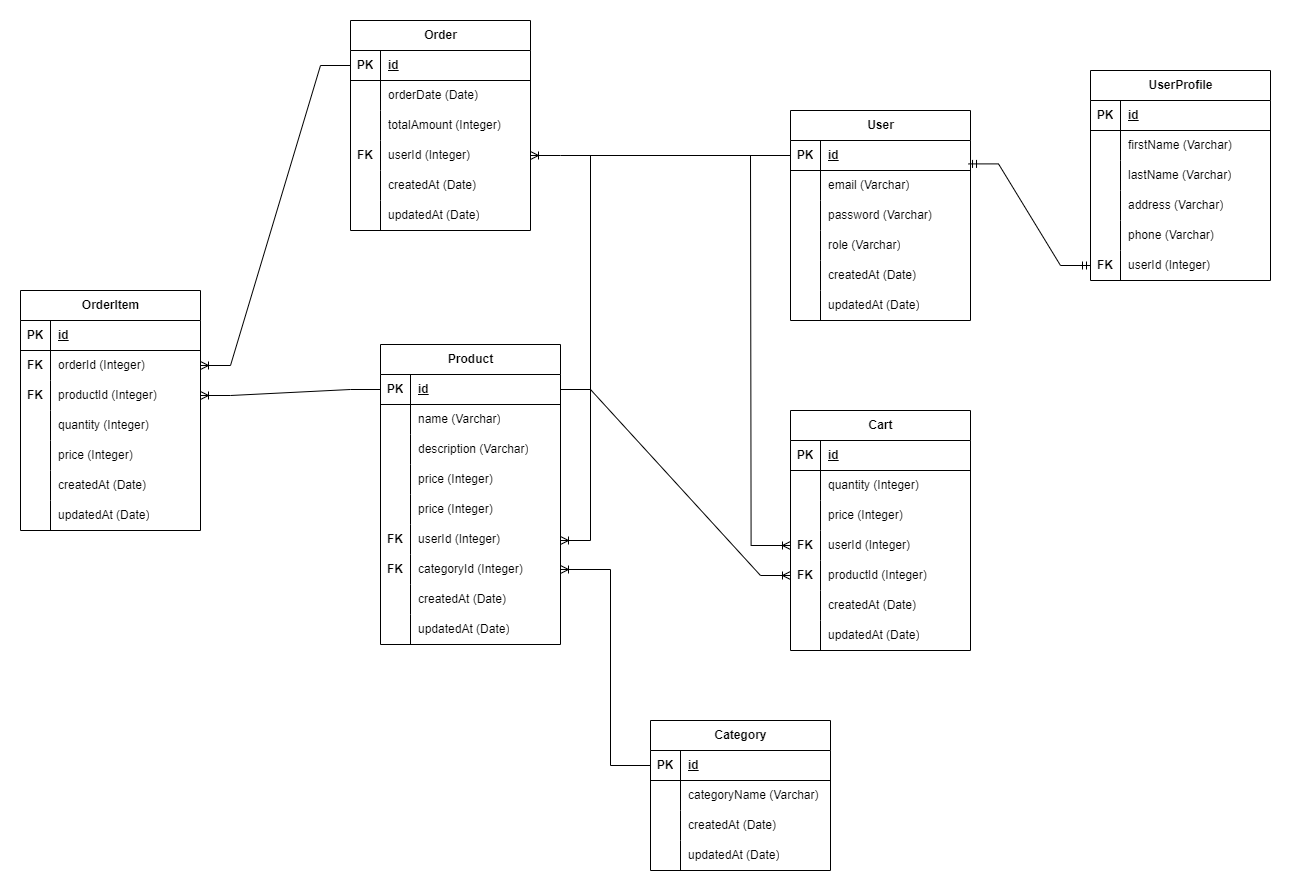
JoshuaWidastra/bakeryProject keeps this draw.io diagram as BackeryDB.drawio.png. Above is the earlier version. Source tidied: cells renumbered, new cells last; positions are measured from the earlier drawing's top-left corner, leaving out a move shared by most shapes.
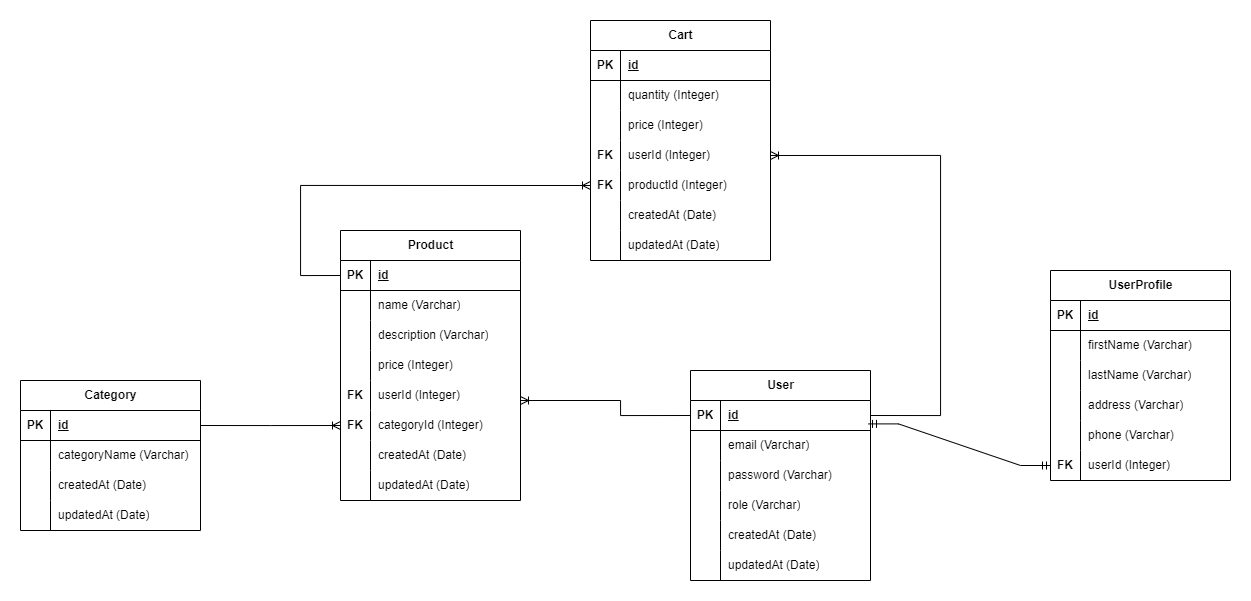
Above is the later version.

The edit, as a diff of the source:
```diff
@@ -5,3 +5,3 @@
     <mxCell id="2" value="User" style="shape=table;startSize=30;rowLines=0;fontStyle=1;align=center;html=1;" parent="1" vertex="1">
-      <mxGeometry x="770" y="90" width="180" height="210" as="geometry" />
+      <mxGeometry x="680" y="260" width="180" height="210" as="geometry" />
     </mxCell>
@@ -62,3 +62,3 @@
     <mxCell id="21" value="UserProfile" style="shape=table;startSize=30;rowLines=0;fontStyle=1;align=center;html=1;" parent="1" vertex="1">
-      <mxGeometry x="1070" y="50" width="180" height="210" as="geometry" />
+      <mxGeometry x="1040" y="160" width="180" height="210" as="geometry" />
     </mxCell>
@@ -119,3 +119,3 @@
     <mxCell id="40" value="Product" style="shape=table;startSize=30;rowLines=0;fontStyle=1;align=center;html=1;" parent="1" vertex="1">
-      <mxGeometry x="360" y="324" width="180" height="300" as="geometry" />
+      <mxGeometry x="330" y="120" width="180" height="270" as="geometry" />
     </mxCell>
@@ -157,13 +157,4 @@
     </mxCell>
-    <mxCell id="53" style="shape=tableRow;horizontal=0;startSize=0;swimlaneHead=0;swimlaneBody=0;fillColor=none;top=0;left=0;right=0;bottom=0;" parent="40" vertex="1">
-      <mxGeometry y="150" width="180" height="30" as="geometry" />
-    </mxCell>
-    <mxCell id="54" style="shape=partialRectangle;fillColor=none;top=0;left=0;bottom=0;right=0;overflow=hidden;whiteSpace=wrap;html=1;" parent="53" vertex="1">
-      <mxGeometry width="30" height="30" as="geometry" />
-    </mxCell>
-    <mxCell id="55" value="price (Integer)" style="shape=partialRectangle;fillColor=none;top=0;left=0;bottom=0;right=0;align=left;spacingLeft=6;overflow=hidden;whiteSpace=wrap;html=1;" parent="53" vertex="1">
-      <mxGeometry x="30" width="150" height="30" as="geometry" />
-    </mxCell>
     <mxCell id="56" style="shape=tableRow;horizontal=0;startSize=0;swimlaneHead=0;swimlaneBody=0;fillColor=none;points=[[0,0.5],[1,0.5]];portConstraint=eastwest;top=0;left=0;right=0;bottom=0;" parent="40" vertex="1">
-      <mxGeometry y="180" width="180" height="30" as="geometry" />
+      <mxGeometry y="150" width="180" height="30" as="geometry" />
     </mxCell>
@@ -176,3 +167,3 @@
     <mxCell id="59" style="shape=tableRow;horizontal=0;startSize=0;swimlaneHead=0;swimlaneBody=0;fillColor=none;points=[[0,0.5],[1,0.5]];portConstraint=eastwest;top=0;left=0;right=0;bottom=0;" parent="40" vertex="1">
-      <mxGeometry y="210" width="180" height="30" as="geometry" />
+      <mxGeometry y="180" width="180" height="30" as="geometry" />
     </mxCell>
@@ -185,3 +176,3 @@
     <mxCell id="62" style="shape=tableRow;horizontal=0;startSize=0;swimlaneHead=0;swimlaneBody=0;fillColor=none;top=0;left=0;right=0;bottom=0;" parent="40" vertex="1">
-      <mxGeometry y="240" width="180" height="30" as="geometry" />
+      <mxGeometry y="210" width="180" height="30" as="geometry" />
     </mxCell>
@@ -194,3 +185,3 @@
     <mxCell id="65" style="shape=tableRow;horizontal=0;startSize=0;swimlaneHead=0;swimlaneBody=0;fillColor=none;top=0;left=0;right=0;bottom=0;" parent="40" vertex="1">
-      <mxGeometry y="270" width="180" height="30" as="geometry" />
+      <mxGeometry y="240" width="180" height="30" as="geometry" />
     </mxCell>
@@ -203,3 +194,3 @@
     <mxCell id="68" value="Category" style="shape=table;startSize=30;rowLines=0;fontStyle=1;align=center;html=1;" parent="1" vertex="1">
-      <mxGeometry x="630" y="700" width="180" height="150" as="geometry" />
+      <mxGeometry x="10" y="270" width="180" height="150" as="geometry" />
     </mxCell>
@@ -241,125 +232,2 @@
     </mxCell>
-    <mxCell id="81" value="Order" style="shape=table;startSize=30;rowLines=0;fontStyle=1;align=center;html=1;" parent="1" vertex="1">
-      <mxGeometry x="330" width="180" height="210" as="geometry" />
-    </mxCell>
-    <mxCell id="82" style="shape=tableRow;horizontal=0;startSize=0;swimlaneHead=0;swimlaneBody=0;fillColor=none;points=[[0,0.5],[1,0.5]];portConstraint=eastwest;top=0;left=0;right=0;bottom=1;" parent="81" vertex="1">
-      <mxGeometry y="30" width="180" height="30" as="geometry" />
-    </mxCell>
-    <mxCell id="83" value="PK" style="shape=partialRectangle;fillColor=none;top=0;left=0;bottom=0;right=0;fontStyle=1;overflow=hidden;whiteSpace=wrap;html=1;" parent="82" vertex="1">
-      <mxGeometry width="30" height="30" as="geometry" />
-    </mxCell>
-    <mxCell id="84" value="id" style="shape=partialRectangle;fillColor=none;top=0;left=0;bottom=0;right=0;align=left;spacingLeft=6;fontStyle=5;overflow=hidden;whiteSpace=wrap;html=1;" parent="82" vertex="1">
-      <mxGeometry x="30" width="150" height="30" as="geometry" />
-    </mxCell>
-    <mxCell id="85" style="shape=tableRow;horizontal=0;startSize=0;swimlaneHead=0;swimlaneBody=0;fillColor=none;top=0;left=0;right=0;bottom=0;" parent="81" vertex="1">
-      <mxGeometry y="60" width="180" height="30" as="geometry" />
-    </mxCell>
-    <mxCell id="86" style="shape=partialRectangle;fillColor=none;top=0;left=0;bottom=0;right=0;overflow=hidden;whiteSpace=wrap;html=1;" parent="85" vertex="1">
-      <mxGeometry width="30" height="30" as="geometry" />
-    </mxCell>
-    <mxCell id="87" value="orderDate (Date)" style="shape=partialRectangle;fillColor=none;top=0;left=0;bottom=0;right=0;align=left;spacingLeft=6;overflow=hidden;whiteSpace=wrap;html=1;" parent="85" vertex="1">
-      <mxGeometry x="30" width="150" height="30" as="geometry" />
-    </mxCell>
-    <mxCell id="88" style="shape=tableRow;horizontal=0;startSize=0;swimlaneHead=0;swimlaneBody=0;fillColor=none;top=0;left=0;right=0;bottom=0;" parent="81" vertex="1">
-      <mxGeometry y="90" width="180" height="30" as="geometry" />
-    </mxCell>
-    <mxCell id="89" style="shape=partialRectangle;fillColor=none;top=0;left=0;bottom=0;right=0;overflow=hidden;whiteSpace=wrap;html=1;" parent="88" vertex="1">
-      <mxGeometry width="30" height="30" as="geometry" />
-    </mxCell>
-    <mxCell id="90" value="totalAmount (Integer)" style="shape=partialRectangle;fillColor=none;top=0;left=0;bottom=0;right=0;align=left;spacingLeft=6;overflow=hidden;whiteSpace=wrap;html=1;" parent="88" vertex="1">
-      <mxGeometry x="30" width="150" height="30" as="geometry" />
-    </mxCell>
-    <mxCell id="91" style="shape=tableRow;horizontal=0;startSize=0;swimlaneHead=0;swimlaneBody=0;fillColor=none;points=[[0,0.5],[1,0.5]];portConstraint=eastwest;top=0;left=0;right=0;bottom=0;" parent="81" vertex="1">
-      <mxGeometry y="120" width="180" height="30" as="geometry" />
-    </mxCell>
-    <mxCell id="92" value="&lt;span style=&quot;font-weight: 700;&quot;&gt;FK&lt;/span&gt;" style="shape=partialRectangle;fillColor=none;top=0;left=0;bottom=0;right=0;overflow=hidden;whiteSpace=wrap;html=1;" parent="91" vertex="1">
-      <mxGeometry width="30" height="30" as="geometry" />
-    </mxCell>
-    <mxCell id="93" value="userId (Integer)" style="shape=partialRectangle;fillColor=none;top=0;left=0;bottom=0;right=0;align=left;spacingLeft=6;overflow=hidden;whiteSpace=wrap;html=1;" parent="91" vertex="1">
-      <mxGeometry x="30" width="150" height="30" as="geometry" />
-    </mxCell>
-    <mxCell id="94" style="shape=tableRow;horizontal=0;startSize=0;swimlaneHead=0;swimlaneBody=0;fillColor=none;top=0;left=0;right=0;bottom=0;" parent="81" vertex="1">
-      <mxGeometry y="150" width="180" height="30" as="geometry" />
-    </mxCell>
-    <mxCell id="95" style="shape=partialRectangle;fillColor=none;top=0;left=0;bottom=0;right=0;overflow=hidden;whiteSpace=wrap;html=1;" parent="94" vertex="1">
-      <mxGeometry width="30" height="30" as="geometry" />
-    </mxCell>
-    <mxCell id="96" value="createdAt (Date)" style="shape=partialRectangle;fillColor=none;top=0;left=0;bottom=0;right=0;align=left;spacingLeft=6;overflow=hidden;whiteSpace=wrap;html=1;" parent="94" vertex="1">
-      <mxGeometry x="30" width="150" height="30" as="geometry" />
-    </mxCell>
-    <mxCell id="97" style="shape=tableRow;horizontal=0;startSize=0;swimlaneHead=0;swimlaneBody=0;fillColor=none;top=0;left=0;right=0;bottom=0;" parent="81" vertex="1">
-      <mxGeometry y="180" width="180" height="30" as="geometry" />
-    </mxCell>
-    <mxCell id="98" style="shape=partialRectangle;fillColor=none;top=0;left=0;bottom=0;right=0;overflow=hidden;whiteSpace=wrap;html=1;" parent="97" vertex="1">
-      <mxGeometry width="30" height="30" as="geometry" />
-    </mxCell>
-    <mxCell id="99" value="updatedAt (Date)" style="shape=partialRectangle;fillColor=none;top=0;left=0;bottom=0;right=0;align=left;spacingLeft=6;overflow=hidden;whiteSpace=wrap;html=1;" parent="97" vertex="1">
-      <mxGeometry x="30" width="150" height="30" as="geometry" />
-    </mxCell>
-    <mxCell id="100" value="OrderItem" style="shape=table;startSize=30;rowLines=0;fontStyle=1;align=center;html=1;" parent="1" vertex="1">
-      <mxGeometry y="270" width="180" height="240" as="geometry" />
-    </mxCell>
-    <mxCell id="101" style="shape=tableRow;horizontal=0;startSize=0;swimlaneHead=0;swimlaneBody=0;fillColor=none;top=0;left=0;right=0;bottom=1;" parent="100" vertex="1">
-      <mxGeometry y="30" width="180" height="30" as="geometry" />
-    </mxCell>
-    <mxCell id="102" value="PK" style="shape=partialRectangle;fillColor=none;top=0;left=0;bottom=0;right=0;fontStyle=1;overflow=hidden;whiteSpace=wrap;html=1;" parent="101" vertex="1">
-      <mxGeometry width="30" height="30" as="geometry" />
-    </mxCell>
-    <mxCell id="103" value="id" style="shape=partialRectangle;fillColor=none;top=0;left=0;bottom=0;right=0;align=left;spacingLeft=6;fontStyle=5;overflow=hidden;whiteSpace=wrap;html=1;" parent="101" vertex="1">
-      <mxGeometry x="30" width="150" height="30" as="geometry" />
-    </mxCell>
-    <mxCell id="104" style="shape=tableRow;horizontal=0;startSize=0;swimlaneHead=0;swimlaneBody=0;fillColor=none;points=[[0,0.5],[1,0.5]];portConstraint=eastwest;top=0;left=0;right=0;bottom=0;" parent="100" vertex="1">
-      <mxGeometry y="60" width="180" height="30" as="geometry" />
-    </mxCell>
-    <mxCell id="105" value="&lt;span style=&quot;font-weight: 700;&quot;&gt;FK&lt;/span&gt;" style="shape=partialRectangle;fillColor=none;top=0;left=0;bottom=0;right=0;overflow=hidden;whiteSpace=wrap;html=1;" parent="104" vertex="1">
-      <mxGeometry width="30" height="30" as="geometry" />
-    </mxCell>
-    <mxCell id="106" value="orderId (Integer)" style="shape=partialRectangle;fillColor=none;top=0;left=0;bottom=0;right=0;align=left;spacingLeft=6;overflow=hidden;whiteSpace=wrap;html=1;" parent="104" vertex="1">
-      <mxGeometry x="30" width="150" height="30" as="geometry" />
-    </mxCell>
-    <mxCell id="107" style="shape=tableRow;horizontal=0;startSize=0;swimlaneHead=0;swimlaneBody=0;fillColor=none;points=[[0,0.5],[1,0.5]];portConstraint=eastwest;top=0;left=0;right=0;bottom=0;" parent="100" vertex="1">
-      <mxGeometry y="90" width="180" height="30" as="geometry" />
-    </mxCell>
-    <mxCell id="108" value="&lt;span style=&quot;font-weight: 700;&quot;&gt;FK&lt;/span&gt;" style="shape=partialRectangle;fillColor=none;top=0;left=0;bottom=0;right=0;overflow=hidden;whiteSpace=wrap;html=1;" parent="107" vertex="1">
-      <mxGeometry width="30" height="30" as="geometry" />
-    </mxCell>
-    <mxCell id="109" value="productId (Integer)" style="shape=partialRectangle;fillColor=none;top=0;left=0;bottom=0;right=0;align=left;spacingLeft=6;overflow=hidden;whiteSpace=wrap;html=1;" parent="107" vertex="1">
-      <mxGeometry x="30" width="150" height="30" as="geometry" />
-    </mxCell>
-    <mxCell id="110" style="shape=tableRow;horizontal=0;startSize=0;swimlaneHead=0;swimlaneBody=0;fillColor=none;top=0;left=0;right=0;bottom=0;" parent="100" vertex="1">
-      <mxGeometry y="120" width="180" height="30" as="geometry" />
-    </mxCell>
-    <mxCell id="111" style="shape=partialRectangle;fillColor=none;top=0;left=0;bottom=0;right=0;overflow=hidden;whiteSpace=wrap;html=1;" parent="110" vertex="1">
-      <mxGeometry width="30" height="30" as="geometry" />
-    </mxCell>
-    <mxCell id="112" value="quantity (Integer)" style="shape=partialRectangle;fillColor=none;top=0;left=0;bottom=0;right=0;align=left;spacingLeft=6;overflow=hidden;whiteSpace=wrap;html=1;" parent="110" vertex="1">
-      <mxGeometry x="30" width="150" height="30" as="geometry" />
-    </mxCell>
-    <mxCell id="113" style="shape=tableRow;horizontal=0;startSize=0;swimlaneHead=0;swimlaneBody=0;fillColor=none;top=0;left=0;right=0;bottom=0;" parent="100" vertex="1">
-      <mxGeometry y="150" width="180" height="30" as="geometry" />
-    </mxCell>
-    <mxCell id="114" style="shape=partialRectangle;fillColor=none;top=0;left=0;bottom=0;right=0;overflow=hidden;whiteSpace=wrap;html=1;" parent="113" vertex="1">
-      <mxGeometry width="30" height="30" as="geometry" />
-    </mxCell>
-    <mxCell id="115" value="price (Integer)" style="shape=partialRectangle;fillColor=none;top=0;left=0;bottom=0;right=0;align=left;spacingLeft=6;overflow=hidden;whiteSpace=wrap;html=1;" parent="113" vertex="1">
-      <mxGeometry x="30" width="150" height="30" as="geometry" />
-    </mxCell>
-    <mxCell id="116" style="shape=tableRow;horizontal=0;startSize=0;swimlaneHead=0;swimlaneBody=0;fillColor=none;top=0;left=0;right=0;bottom=0;" parent="100" vertex="1">
-      <mxGeometry y="180" width="180" height="30" as="geometry" />
-    </mxCell>
-    <mxCell id="117" style="shape=partialRectangle;fillColor=none;top=0;left=0;bottom=0;right=0;overflow=hidden;whiteSpace=wrap;html=1;" parent="116" vertex="1">
-      <mxGeometry width="30" height="30" as="geometry" />
-    </mxCell>
-    <mxCell id="118" value="createdAt (Date)" style="shape=partialRectangle;fillColor=none;top=0;left=0;bottom=0;right=0;align=left;spacingLeft=6;overflow=hidden;whiteSpace=wrap;html=1;" parent="116" vertex="1">
-      <mxGeometry x="30" width="150" height="30" as="geometry" />
-    </mxCell>
-    <mxCell id="119" style="shape=tableRow;horizontal=0;startSize=0;swimlaneHead=0;swimlaneBody=0;fillColor=none;top=0;left=0;right=0;bottom=0;" parent="100" vertex="1">
-      <mxGeometry y="210" width="180" height="30" as="geometry" />
-    </mxCell>
-    <mxCell id="120" style="shape=partialRectangle;fillColor=none;top=0;left=0;bottom=0;right=0;overflow=hidden;whiteSpace=wrap;html=1;" parent="119" vertex="1">
-      <mxGeometry width="30" height="30" as="geometry" />
-    </mxCell>
-    <mxCell id="121" value="updatedAt (Date)" style="shape=partialRectangle;fillColor=none;top=0;left=0;bottom=0;right=0;align=left;spacingLeft=6;overflow=hidden;whiteSpace=wrap;html=1;" parent="119" vertex="1">
-      <mxGeometry x="30" width="150" height="30" as="geometry" />
-    </mxCell>
     <mxCell id="122" style="edgeStyle=entityRelationEdgeStyle;fontSize=12;html=1;endArrow=ERmandOne;startArrow=ERmandOne;rounded=0;entryX=0;entryY=0.5;entryDx=0;entryDy=0;exitX=0.989;exitY=0.78;exitDx=0;exitDy=0;exitPerimeter=0;" parent="1" edge="1" source="3" target="37">
@@ -367,8 +235,7 @@
     </mxCell>
-    <mxCell id="123" style="edgeStyle=orthogonalEdgeStyle;fontSize=12;html=1;endArrow=ERoneToMany;rounded=0;exitX=0;exitY=0.5;exitDx=0;exitDy=0;entryX=1;entryY=0.5;entryDx=0;entryDy=0;" parent="1" edge="1" source="3" target="56">
+    <mxCell id="123" style="edgeStyle=orthogonalEdgeStyle;fontSize=12;html=1;endArrow=ERoneToMany;rounded=0;exitX=0;exitY=0.5;exitDx=0;exitDy=0;" parent="1" edge="1" source="3" target="56">
       <mxGeometry relative="1" as="geometry">
         <Array as="points">
-          <mxPoint x="570" y="135" />
-          <mxPoint x="570" y="520" />
-          <mxPoint x="540" y="520" />
+          <mxPoint x="610" y="305" />
+          <mxPoint x="610" y="290" />
         </Array>
@@ -376,7 +243,7 @@
     </mxCell>
-    <mxCell id="124" style="edgeStyle=orthogonalEdgeStyle;fontSize=12;html=1;endArrow=ERoneToMany;rounded=0;exitX=0;exitY=0.5;exitDx=0;exitDy=0;" parent="1" edge="1" source="69" target="59">
+    <mxCell id="124" style="edgeStyle=orthogonalEdgeStyle;fontSize=12;html=1;endArrow=ERoneToMany;rounded=0;exitX=1;exitY=0.5;exitDx=0;exitDy=0;entryX=0;entryY=0.5;entryDx=0;entryDy=0;" parent="1" edge="1" source="69" target="59">
       <mxGeometry relative="1" as="geometry">
         <Array as="points">
-          <mxPoint x="590" y="745" />
-          <mxPoint x="590" y="549" />
+          <mxPoint x="260" y="315" />
+          <mxPoint x="260" y="315" />
         </Array>
@@ -384,13 +251,4 @@
     </mxCell>
-    <mxCell id="125" style="edgeStyle=entityRelationEdgeStyle;fontSize=12;html=1;endArrow=ERoneToMany;rounded=0;exitX=0;exitY=0.5;exitDx=0;exitDy=0;" parent="1" edge="1" source="3" target="91">
-      <mxGeometry relative="1" as="geometry" />
-    </mxCell>
-    <mxCell id="126" style="edgeStyle=entityRelationEdgeStyle;fontSize=12;html=1;endArrow=ERoneToMany;rounded=0;entryX=1;entryY=0.5;entryDx=0;entryDy=0;" parent="1" edge="1" source="82" target="104">
-      <mxGeometry relative="1" as="geometry" />
-    </mxCell>
-    <mxCell id="127" style="edgeStyle=entityRelationEdgeStyle;fontSize=12;html=1;endArrow=ERoneToMany;rounded=0;exitX=0;exitY=0.5;exitDx=0;exitDy=0;entryX=1;entryY=0.5;entryDx=0;entryDy=0;" parent="1" edge="1" source="41" target="107">
-      <mxGeometry relative="1" as="geometry" />
-    </mxCell>
     <mxCell id="128" value="Cart" style="shape=table;startSize=30;rowLines=0;fontStyle=1;align=center;html=1;" parent="1" vertex="1">
-      <mxGeometry x="770" y="390" width="180" height="240" as="geometry" />
+      <mxGeometry x="580" y="-90" width="180" height="240" as="geometry" />
     </mxCell>
@@ -459,8 +317,16 @@
     </mxCell>
-    <mxCell id="150" style="edgeStyle=entityRelationEdgeStyle;fontSize=12;html=1;endArrow=ERoneToMany;rounded=0;entryX=0;entryY=0.5;entryDx=0;entryDy=0;exitX=1;exitY=0.5;exitDx=0;exitDy=0;" parent="1" edge="1" source="41" target="141">
-      <mxGeometry relative="1" as="geometry" />
+    <mxCell id="150" style="edgeStyle=orthogonalEdgeStyle;fontSize=12;html=1;endArrow=ERoneToMany;rounded=0;entryX=0;entryY=0.5;entryDx=0;entryDy=0;exitX=0;exitY=0.5;exitDx=0;exitDy=0;" parent="1" edge="1" source="41" target="141">
+      <mxGeometry relative="1" as="geometry">
+        <Array as="points">
+          <mxPoint x="290" y="165" />
+          <mxPoint x="290" y="75" />
+        </Array>
+      </mxGeometry>
     </mxCell>
-    <mxCell id="151" style="edgeStyle=orthogonalEdgeStyle;fontSize=12;html=1;endArrow=ERoneToMany;rounded=0;entryX=0;entryY=0.5;entryDx=0;entryDy=0;" parent="1" edge="1" target="138">
+    <mxCell id="151" style="edgeStyle=orthogonalEdgeStyle;fontSize=12;html=1;endArrow=ERoneToMany;rounded=0;entryX=1;entryY=0.5;entryDx=0;entryDy=0;exitX=1;exitY=0.5;exitDx=0;exitDy=0;" parent="1" edge="1" source="3" target="138">
       <mxGeometry relative="1" as="geometry">
-        <mxPoint x="730" y="135" as="sourcePoint" />
+        <Array as="points">
+          <mxPoint x="930" y="305" />
+          <mxPoint x="930" y="45" />
+        </Array>
       </mxGeometry>
```
